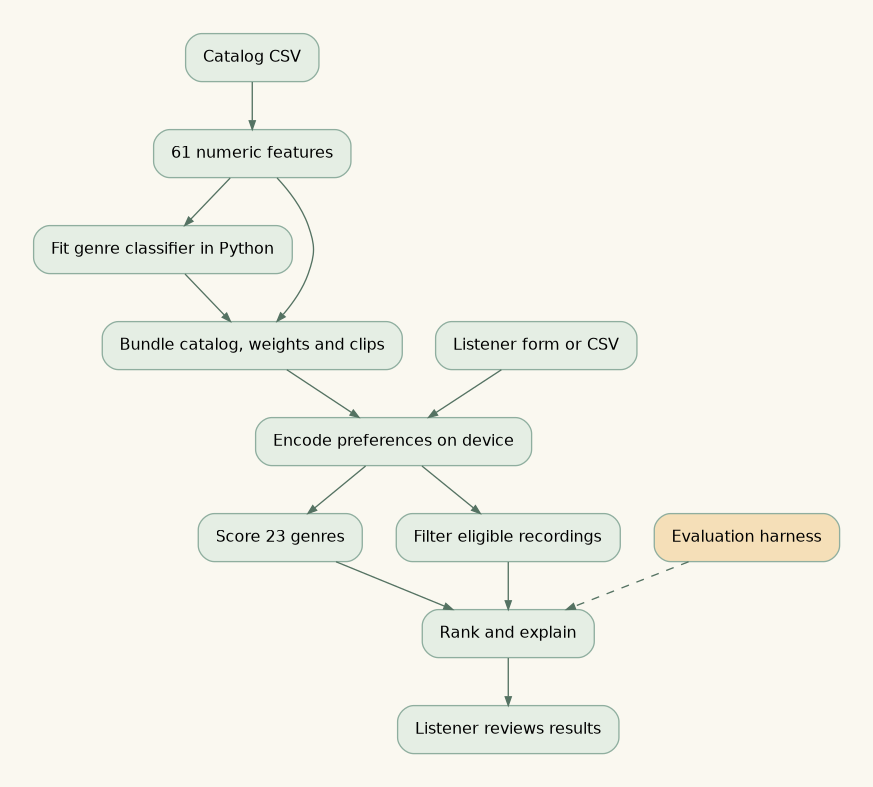
dreuxx/applied-ai-system-project keeps this Mermaid diagram as assets/architecture.png. Above is the earlier version. Its source is kept beside it as diagrams/architecture.mmd.
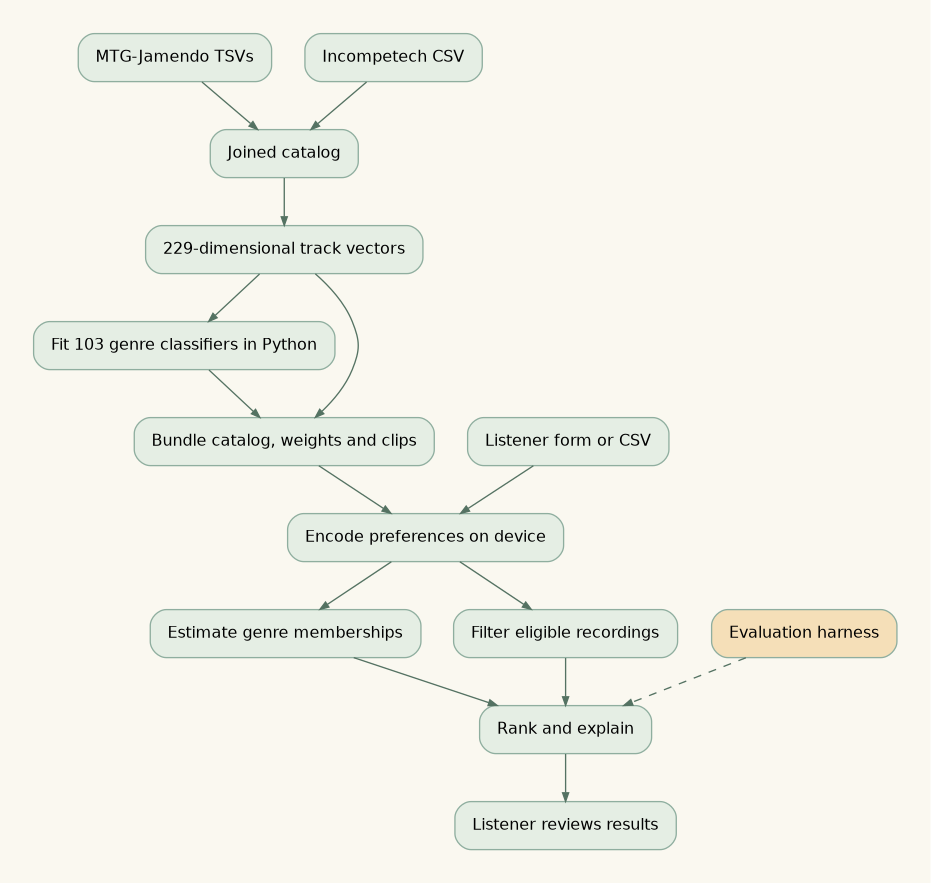
The same diagram one commit later.

The edit, as a diff of the source:
```diff
@@ -1,12 +1,14 @@
 flowchart TD
- CSV["Catalog CSV"] --> X["61 numeric features"]
- X --> T["Python genre classifier"]
+ HF["Hugging Face / MTG-Jamendo"] --> CSV["Joined catalog"]
+ IC["Incompetech CSV"] --> CSV
+ CSV --> X["229-dimensional track vectors"]
+ X --> T["103 genre classifiers / 126 input features"]
  X --> B["Embed model and catalog in HTML"]
  T --> B
  A["Audio excerpts"] --> B
  U["Listener form or CSV"] --> P["Preference vector"]
  B --> P
- P --> G["Genre probabilities"]
+ P --> G["Independent genre estimates"]
  P --> F["Check genre, tags, tempo and preview availability"]
  G --> R["Rank and explain"]
  F --> R
```
